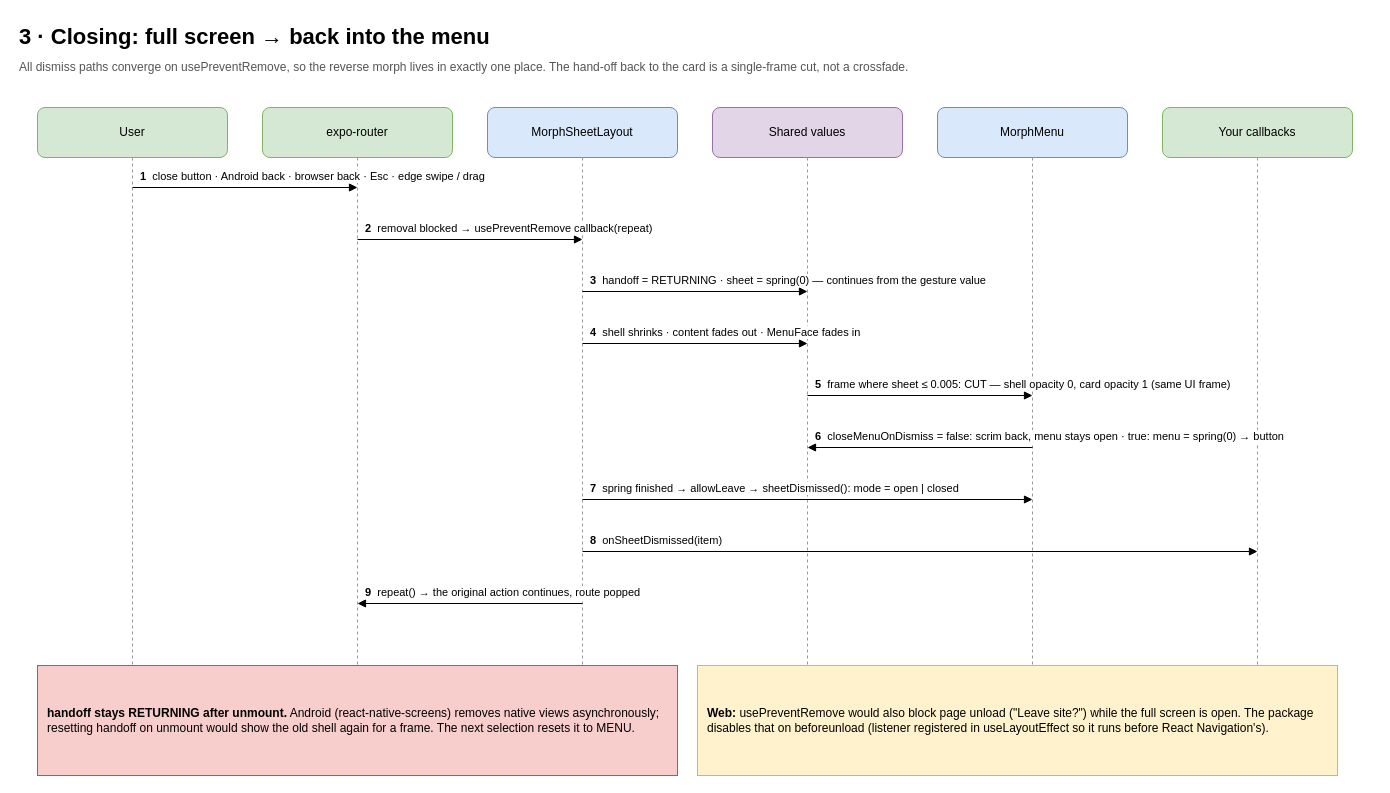
Before: page "3 · Closing" (3 of 7) of docs/diagrams/expo-morph-menu.en.drawio in anhtuank7c/expo-morph-menu, a draw.io diagram. Source tidied: cells renumbered, new cells numbered last; positions are measured from the earlier drawing's top-left corner, leaving out a move shared by most shapes. Both pictures are drawn from the tidied source at 100%, with x=0, y=0 at pixel (17, 17).
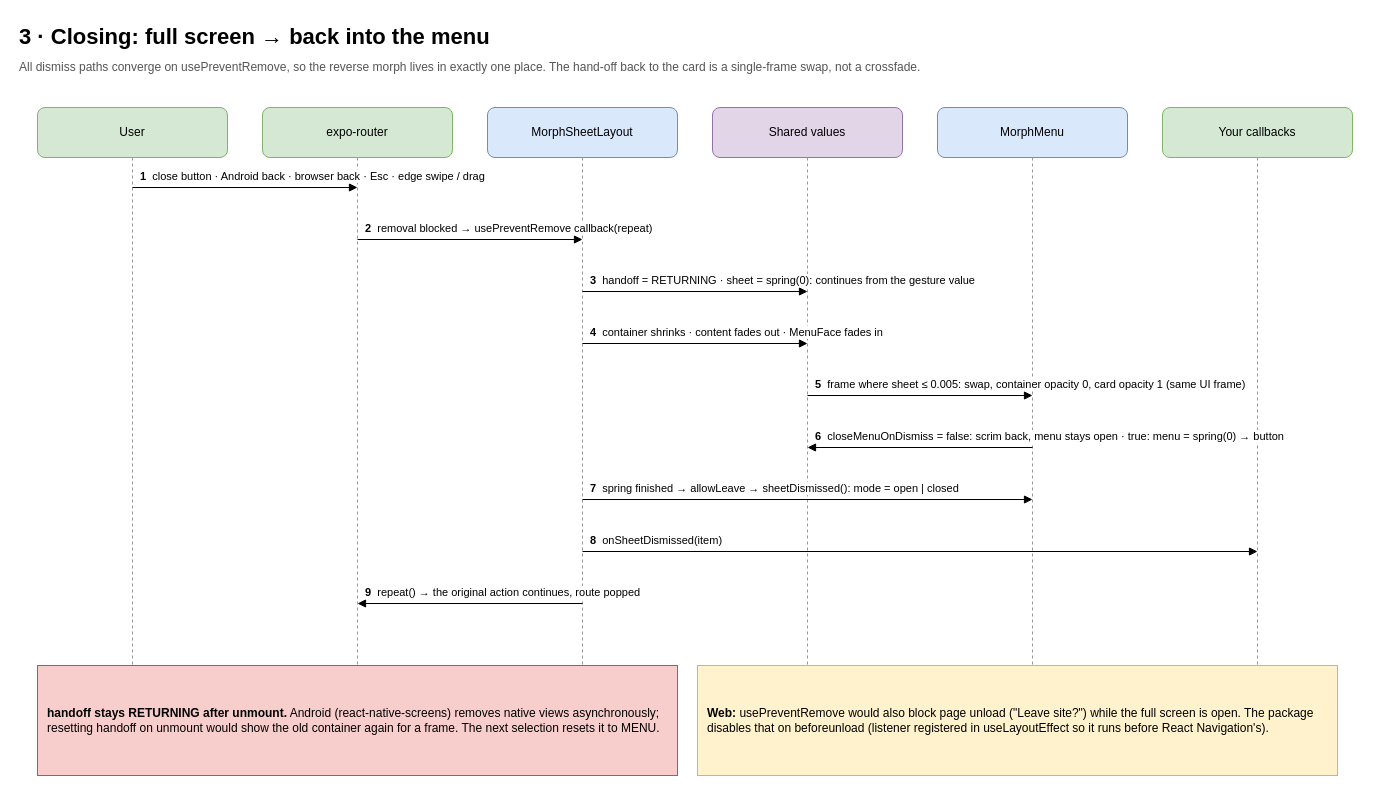
The same page after the edit.

What changed in the source:
```diff
@@
-    <mxCell id="3" value="All dismiss paths converge on usePreventRemove, so the reverse morph lives in exactly one place. The hand-off back to the card is a single-frame cut, not a crossfade." style="text;html=1;fontSize=12;fontColor=#555555;align=left;verticalAlign=top;whiteSpace=wrap;" parent="1" vertex="1">
+    <mxCell id="3" value="All dismiss paths converge on usePreventRemove, so the reverse morph lives in exactly one place. The hand-off back to the card is a single-frame swap, not a crossfade." style="text;html=1;fontSize=12;fontColor=#555555;align=left;verticalAlign=top;whiteSpace=wrap;" parent="1" vertex="1">
       <mxGeometry y="36" width="1250" height="40" as="geometry" />
     </mxCell>
@@
-    <mxCell id="21" value="&lt;b&gt;3&lt;/b&gt;&amp;nbsp; handoff = RETURNING · sheet = spring(0) — continues from the gesture value" style="text;html=1;fontSize=11;align=left;verticalAlign=bottom;whiteSpace=wrap;labelBackgroundColor=#ffffff;" parent="1" vertex="1">
+    <mxCell id="21" value="&lt;b&gt;3&lt;/b&gt;&amp;nbsp; handoff = RETURNING · sheet = spring(0): continues from the gesture value" style="text;html=1;fontSize=11;align=left;verticalAlign=bottom;whiteSpace=wrap;labelBackgroundColor=#ffffff;" parent="1" vertex="1">
       <mxGeometry x="571" y="240" width="560" height="32" as="geometry" />
     </mxCell>
@@
-    <mxCell id="23" value="&lt;b&gt;4&lt;/b&gt;&amp;nbsp; shell shrinks · content fades out · MenuFace fades in" style="text;html=1;fontSize=11;align=left;verticalAlign=bottom;whiteSpace=wrap;labelBackgroundColor=#ffffff;" parent="1" vertex="1">
+    <mxCell id="23" value="&lt;b&gt;4&lt;/b&gt;&amp;nbsp; container shrinks · content fades out · MenuFace fades in" style="text;html=1;fontSize=11;align=left;verticalAlign=bottom;whiteSpace=wrap;labelBackgroundColor=#ffffff;" parent="1" vertex="1">
       <mxGeometry x="571" y="292" width="560" height="32" as="geometry" />
     </mxCell>
@@
-    <mxCell id="25" value="&lt;b&gt;5&lt;/b&gt;&amp;nbsp; frame where sheet ≤ 0.005: CUT — shell opacity 0, card opacity 1 (same UI frame)" style="text;html=1;fontSize=11;align=left;verticalAlign=bottom;whiteSpace=wrap;labelBackgroundColor=#ffffff;" parent="1" vertex="1">
+    <mxCell id="25" value="&lt;b&gt;5&lt;/b&gt;&amp;nbsp; frame where sheet ≤ 0.005: swap, container opacity 0, card opacity 1 (same UI frame)" style="text;html=1;fontSize=11;align=left;verticalAlign=bottom;whiteSpace=wrap;labelBackgroundColor=#ffffff;" parent="1" vertex="1">
       <mxGeometry x="796" y="344" width="560" height="32" as="geometry" />
     </mxCell>
@@
-    <mxCell id="34" value="&lt;b&gt;handoff stays RETURNING after unmount.&lt;/b&gt; Android (react-native-screens) removes native views asynchronously; resetting handoff on unmount would show the old shell again for a frame. The next selection resets it to MENU." style="rounded=0;whiteSpace=wrap;html=1;fillColor=#f8cecc;strokeColor=#b85450;align=left;spacingLeft=8;spacingRight=8;" parent="1" vertex="1">
+    <mxCell id="34" value="&lt;b&gt;handoff stays RETURNING after unmount.&lt;/b&gt; Android (react-native-screens) removes native views asynchronously; resetting handoff on unmount would show the old container again for a frame. The next selection resets it to MENU." style="rounded=0;whiteSpace=wrap;html=1;fillColor=#f8cecc;strokeColor=#b85450;align=left;spacingLeft=8;spacingRight=8;" parent="1" vertex="1">
       <mxGeometry x="20" y="648" width="640" height="110" as="geometry" />
     </mxCell>
```
